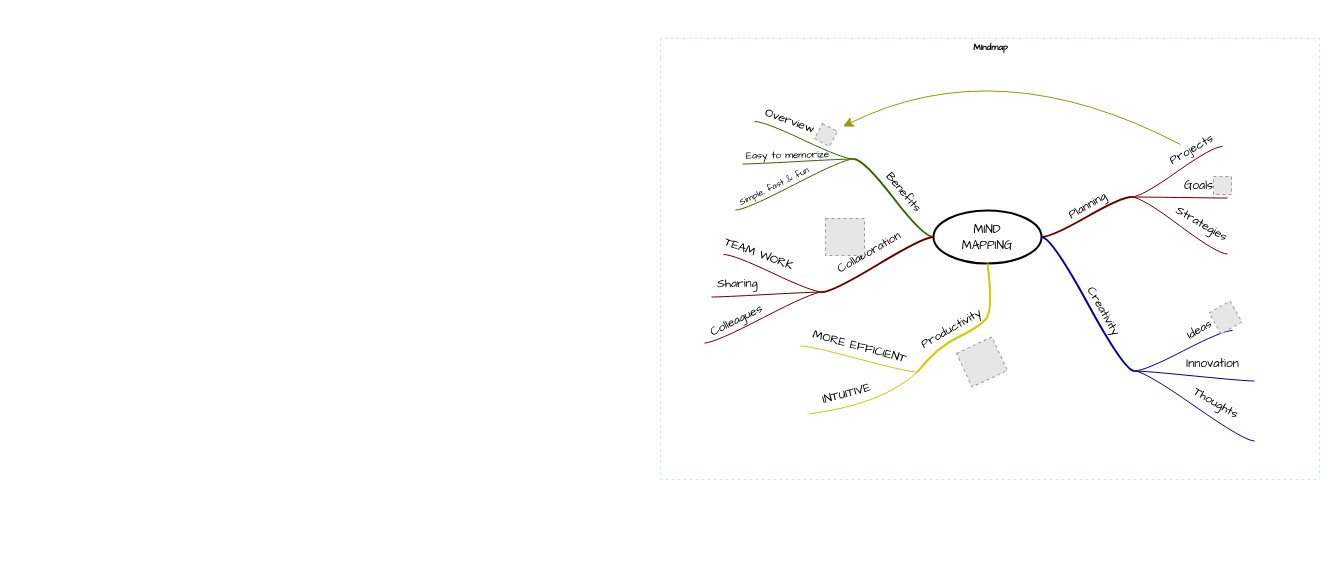
xyzroundo/drawio keeps this draw.io diagram as Partner分佣付款需求拆解.drawio. Above is the earlier version. Source tidied: cells renumbered, new cells numbered last; positions are measured from the earlier drawing's top-left corner, leaving out a move shared by most shapes. Both pictures are drawn from the tidied source at 100%, with x=0, y=0 at pixel (660, 38). Pictures stored in the file or linked from it are replaced by grey dashed boxes.
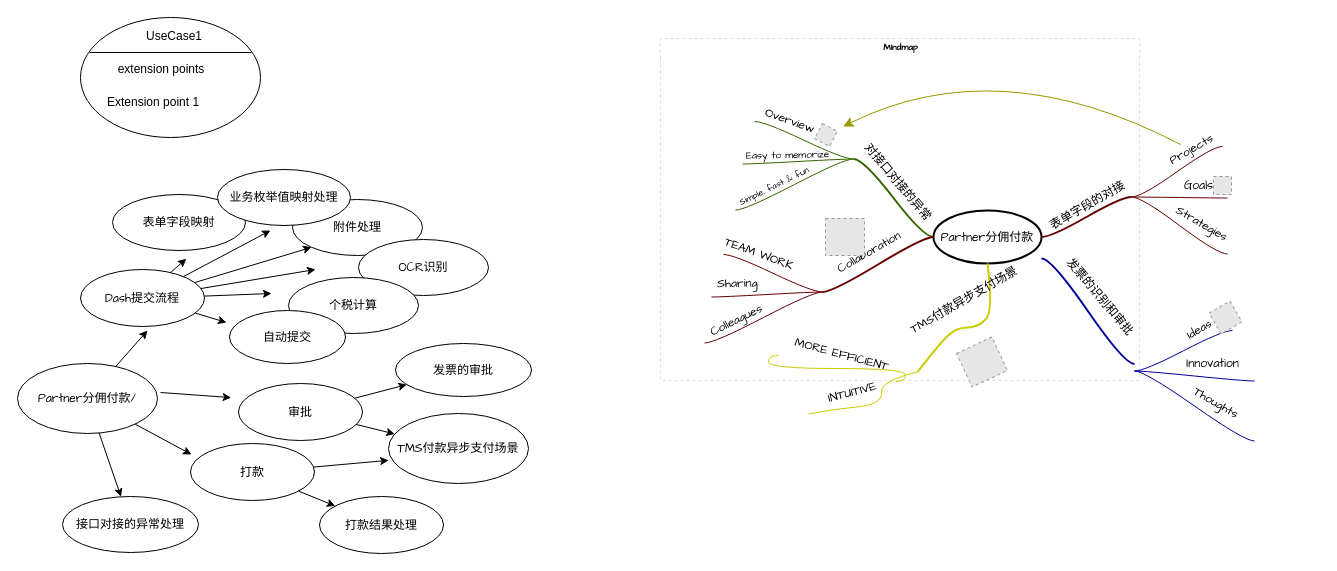
After the change.

Commit message:
更新Partner分佣付款需求拆解.drawio

The change refers to these unchanged cells:
```xml
<mxCell id="5" style="edgeStyle=entityRelationEdgeStyle;startArrow=none;endArrow=none;segment=10;curved=1;strokeWidth=2;strokeColor=#660000;rounded=0;fontSize=12;startSize=8;endSize=8;" parent="2" edge="1" source="3" target="4">
  <mxGeometry relative="1" as="geometry" />
</mxCell>
<mxCell id="16" style="whiteSpace=wrap;html=1;rounded=1;arcSize=50;align=center;verticalAlign=middle;strokeWidth=1;spacing=4;" parent="2" vertex="1">
  <mxGeometry x="474" y="332" height="1" as="geometry" />
</mxCell>
<mxCell id="33" style="edgeStyle=entityRelationEdgeStyle;startArrow=none;endArrow=none;segment=10;curved=1;strokeWidth=2;strokeColor=#336600;rounded=0;fontSize=12;startSize=8;endSize=8;" parent="2" edge="1" source="3" target="32">
  <mxGeometry relative="1" as="geometry" />
</mxCell>
<mxCell id="61" style="whiteSpace=wrap;html=1;rounded=1;arcSize=50;align=center;verticalAlign=middle;strokeWidth=1;spacing=4;" parent="2" vertex="1">
  <mxGeometry x="257" y="333" height="1" as="geometry" />
</mxCell>
<mxCell id="64" style="whiteSpace=wrap;html=1;rounded=1;arcSize=50;align=center;verticalAlign=middle;strokeWidth=1;spacing=4;" parent="2" vertex="1">
  <mxGeometry x="148" y="375" height="1" as="geometry" />
</mxCell>
<mxCell id="67" style="whiteSpace=wrap;html=1;rounded=1;arcSize=50;align=center;verticalAlign=middle;strokeWidth=1;spacing=4;" parent="2" vertex="1">
  <mxGeometry x="140" y="307" height="1" as="geometry" />
</mxCell>
```

Diff of the diagram source:
```diff
@@
     <mxCell id="2" value="Mindmap" style="swimlane;html=1;startSize=20;horizontal=1;containerType=tree;labelBackgroundColor=none;strokeColor=#D4E1F5;strokeWidth=1;fillColor=none;fontFamily=Comic Sans MS;fontSize=9;swimlaneLine=0;dashed=1;" parent="1" vertex="1">
-      <mxGeometry width="659" height="441" as="geometry" />
+      <mxGeometry width="479" height="342" as="geometry" />
     </mxCell>
-    <mxCell id="3" value="&lt;font face=&quot;Comic Sans MS&quot;&gt;MIND&lt;br&gt;MAPPING&lt;/font&gt;" style="ellipse;whiteSpace=wrap;html=1;align=center;strokeWidth=2;" parent="2" vertex="1">
+    <mxCell id="3" value="&lt;font face=&quot;Comic Sans MS&quot;&gt;Partner分佣付款&lt;/font&gt;" style="ellipse;whiteSpace=wrap;html=1;align=center;strokeWidth=2;" parent="2" vertex="1">
       <mxGeometry x="273" y="172" width="108" height="53" as="geometry" />
     </mxCell>
@@
-    <mxCell id="6" value="Planning" style="text;html=1;align=center;verticalAlign=middle;labelBackgroundColor=none;rotation=-30;fontFamily=Comic Sans MS;" parent="5" vertex="1">
+    <mxCell id="6" value="表单字段的对接" style="text;html=1;align=center;verticalAlign=middle;labelBackgroundColor=none;rotation=-30;fontFamily=Comic Sans MS;" parent="5" vertex="1">
       <mxGeometry x="0.02" y="2" relative="1" as="geometry">
         <mxPoint x="1" y="-9" as="offset" />
       </mxGeometry>
     </mxCell>
@@
-    <mxCell id="17" style="edgeStyle=entityRelationEdgeStyle;startArrow=none;endArrow=none;segment=10;curved=1;strokeWidth=2;strokeColor=#000099;rounded=0;fontSize=12;startSize=8;endSize=8;" parent="2" edge="1" source="3" target="16">
-      <mxGeometry relative="1" as="geometry" />
+    <mxCell id="17" style="edgeStyle=entityRelationEdgeStyle;startArrow=none;endArrow=none;segment=10;curved=1;strokeWidth=2;strokeColor=#000099;rounded=0;fontSize=12;startSize=8;endSize=8;" parent="2" edge="1">
+      <mxGeometry relative="1" as="geometry">
+        <mxPoint x="381" y="220" as="sourcePoint" />
+        <mxPoint x="474" y="325.5" as="targetPoint" />
+      </mxGeometry>
     </mxCell>
-    <mxCell id="18" value="Creativity" style="text;html=1;align=center;verticalAlign=middle;labelBackgroundColor=none;rotation=60;fontFamily=Comic Sans MS;" parent="17" vertex="1">
+    <mxCell id="18" value="发票的识别和审批" style="text;html=1;align=center;verticalAlign=middle;labelBackgroundColor=none;rotation=50;fontFamily=Comic Sans MS;" parent="17" vertex="1">
       <mxGeometry x="0.02" y="2" relative="1" as="geometry">
-        <mxPoint x="13" y="6" as="offset" />
+        <mxPoint x="9" y="-15" as="offset" />
       </mxGeometry>
     </mxCell>
@@
-    <mxCell id="34" value="Benefits" style="text;html=1;align=center;verticalAlign=middle;labelBackgroundColor=none;rotation=50;fontFamily=Comic Sans MS;" parent="33" vertex="1">
+    <mxCell id="34" value="对接口对接的异常" style="text;html=1;align=center;verticalAlign=middle;labelBackgroundColor=none;rotation=50;fontFamily=Comic Sans MS;" parent="33" vertex="1">
       <mxGeometry x="0.02" y="2" relative="1" as="geometry">
-        <mxPoint x="12" y="-7" as="offset" />
+        <mxPoint x="6" y="-17" as="offset" />
       </mxGeometry>
     </mxCell>
@@
-    <mxCell id="41" style="whiteSpace=wrap;html=1;rounded=1;arcSize=50;align=center;verticalAlign=middle;strokeWidth=1;spacing=4;" parent="2" vertex="1" collapsed="1">
+    <mxCell id="41" style="whiteSpace=wrap;html=1;rounded=1;arcSize=50;align=center;verticalAlign=middle;strokeWidth=1;spacing=4;" parent="2" vertex="1">
       <mxGeometry x="89" y="83" width="5" as="geometry" />
     </mxCell>
@@
     <mxCell id="62" style="startArrow=none;endArrow=none;segment=10;strokeWidth=2;strokeColor=#CCCC00;exitX=0.5;exitY=1;curved=1;rounded=0;fontSize=12;startSize=8;endSize=8;" parent="2" edge="1" source="3" target="61">
       <mxGeometry relative="1" as="geometry">
         <Array as="points">
           <mxPoint x="333" y="272" />
           <mxPoint x="318" y="289" />
+          <mxPoint x="295" y="289" />
           <mxPoint x="276" y="309" />
         </Array>
       </mxGeometry>
     </mxCell>
-    <mxCell id="63" value="Productivity" style="text;html=1;align=center;verticalAlign=middle;labelBackgroundColor=none;rotation=-30;fontFamily=Comic Sans MS;" parent="62" vertex="1">
+    <mxCell id="63" value="TMS付款异步支付场景" style="text;html=1;align=center;verticalAlign=middle;labelBackgroundColor=none;rotation=-30;fontFamily=Comic Sans MS;" parent="62" vertex="1">
       <mxGeometry x="0.02" y="2" relative="1" as="geometry">
-        <mxPoint x="-24" y="-2" as="offset" />
+        <mxPoint x="-8" y="-28" as="offset" />
       </mxGeometry>
     </mxCell>
@@
     <mxCell id="65" style="startArrow=none;endArrow=none;segment=10;strokeColor=#CCCC00;curved=1;rounded=0;fontSize=12;startSize=8;endSize=8;" parent="2" edge="1" source="61" target="64">
       <mxGeometry relative="1" as="geometry">
         <Array as="points">
+          <mxPoint x="220" y="342" />
           <mxPoint x="222" y="366" />
+          <mxPoint x="170" y="371" />
         </Array>
       </mxGeometry>
     </mxCell>
@@
-    <mxCell id="68" style="edgeStyle=entityRelationEdgeStyle;startArrow=none;endArrow=none;segment=10;curved=1;strokeColor=#CCCC00;rounded=0;fontSize=12;startSize=8;endSize=8;" parent="2" edge="1" source="61" target="67">
-      <mxGeometry relative="1" as="geometry" />
+    <mxCell id="68" style="edgeStyle=entityRelationEdgeStyle;startArrow=none;endArrow=none;segment=10;curved=1;strokeColor=#CCCC00;rounded=0;fontSize=12;startSize=8;endSize=8;" parent="2" edge="1">
+      <mxGeometry relative="1" as="geometry">
+        <mxPoint x="235" y="343" as="sourcePoint" />
+        <mxPoint x="118" y="317" as="targetPoint" />
+      </mxGeometry>
     </mxCell>
@@
+    <mxCell id="72" style="shape=ellipse;horizontal=1;html=1;dashed=0;" parent="1" vertex="1">
+      <mxGeometry x="-580" y="-21" width="180" height="120" as="geometry" />
+    </mxCell>
+    <mxCell id="73" value="UseCase1" style="html=1;strokeColor=none;fillColor=none;align=center;verticalAlign=middle;whiteSpace=wrap;" parent="72" vertex="1">
+      <mxGeometry x="4" y="4" width="180" height="30" as="geometry" />
+    </mxCell>
+    <mxCell id="74" style="line;strokeWidth=1;fillColor=none;labelPosition=right;dashed=0;" parent="72" vertex="1">
+      <mxGeometry x="9" y="30" width="162" height="10" as="geometry" />
+    </mxCell>
+    <mxCell id="75" value="extension points" style="text;html=1;align=center;verticalAlign=middle;fillColor=none;strokeColor=none;whiteSpace=wrap;" parent="72" vertex="1">
+      <mxGeometry x="-9" y="37" width="180" height="30" as="geometry" />
+    </mxCell>
+    <mxCell id="76" value="Extension point 1" style="text;html=1;align=left;verticalAlign=middle;spacingLeft=25;fillColor=none;strokeColor=none;whiteSpace=wrap;" parent="72" vertex="1">
+      <mxGeometry y="70" width="180" height="30" as="geometry" />
+    </mxCell>
+    <mxCell id="77" value="&lt;span style=&quot;font-family: &amp;quot;Comic Sans MS&amp;quot;;&quot;&gt;Partner分佣付款/&lt;/span&gt;" style="ellipse;whiteSpace=wrap;html=1;" parent="1" vertex="1">
+      <mxGeometry x="-643" y="325" width="140" height="70" as="geometry" />
+    </mxCell>
+    <mxCell id="78" value="&lt;span style=&quot;font-family: &amp;quot;Comic Sans MS&amp;quot;; text-wrap-mode: nowrap;&quot;&gt;表单字段映射&lt;/span&gt;" style="ellipse;whiteSpace=wrap;html=1;" parent="1" vertex="1">
+      <mxGeometry x="-548" y="156" width="133" height="56" as="geometry" />
+    </mxCell>
+    <mxCell id="79" value="&lt;span style=&quot;font-family: &amp;quot;Comic Sans MS&amp;quot;; text-wrap-mode: nowrap;&quot;&gt;发票的审批&lt;/span&gt;" style="ellipse;whiteSpace=wrap;html=1;" parent="1" vertex="1">
+      <mxGeometry x="-265" y="305" width="136" height="53" as="geometry" />
+    </mxCell>
+    <mxCell id="80" value="&lt;span style=&quot;font-family: &amp;quot;Comic Sans MS&amp;quot;; text-wrap-mode: nowrap;&quot;&gt;TMS付款异步支付场景&lt;/span&gt;" style="ellipse;whiteSpace=wrap;html=1;" parent="1" vertex="1">
+      <mxGeometry x="-272" y="375" width="140" height="70" as="geometry" />
+    </mxCell>
+    <mxCell id="81" value="&lt;span style=&quot;font-family: &amp;quot;Comic Sans MS&amp;quot;; text-wrap-mode: nowrap;&quot;&gt;接口对接的异常处理&lt;/span&gt;" style="ellipse;whiteSpace=wrap;html=1;" parent="1" vertex="1">
+      <mxGeometry x="-598" y="458" width="136" height="56" as="geometry" />
+    </mxCell>
+    <mxCell id="82" style="rounded=0;jettySize=auto;html=1;" parent="1" edge="1" source="83">
+      <mxGeometry relative="1" as="geometry">
+        <mxPoint x="-474.2" y="220.2" as="targetPoint" />
+      </mxGeometry>
+    </mxCell>
+    <mxCell id="83" value="&lt;font face=&quot;Comic Sans MS&quot;&gt;Dash提交流程&lt;/font&gt;" style="ellipse;whiteSpace=wrap;html=1;" parent="1" vertex="1">
+      <mxGeometry x="-580" y="231" width="124" height="57" as="geometry" />
+    </mxCell>
+    <mxCell id="84" value="&lt;font face=&quot;Comic Sans MS&quot;&gt;打款&lt;/font&gt;" style="ellipse;whiteSpace=wrap;html=1;" parent="1" vertex="1">
+      <mxGeometry x="-470" y="405" width="124" height="57" as="geometry" />
+    </mxCell>
+    <mxCell id="85" value="&lt;font face=&quot;Comic Sans MS&quot;&gt;打款结果处理&lt;/font&gt;" style="ellipse;whiteSpace=wrap;html=1;" parent="1" vertex="1">
+      <mxGeometry x="-341" y="458" width="124" height="57" as="geometry" />
+    </mxCell>
+    <mxCell id="86" style="rounded=0;jettySize=auto;html=1;" parent="1" edge="1" source="87" target="79">
+      <mxGeometry relative="1" as="geometry" />
+    </mxCell>
+    <mxCell id="87" value="&lt;font face=&quot;Comic Sans MS&quot;&gt;审批&lt;/font&gt;" style="ellipse;whiteSpace=wrap;html=1;" parent="1" vertex="1">
+      <mxGeometry x="-422" y="345" width="124" height="57" as="geometry" />
+    </mxCell>
+    <mxCell id="88" value="&lt;font face=&quot;Comic Sans MS&quot;&gt;&lt;span style=&quot;text-wrap-mode: nowrap;&quot;&gt;附件处理&lt;/span&gt;&lt;/font&gt;" style="ellipse;whiteSpace=wrap;html=1;" parent="1" vertex="1">
+      <mxGeometry x="-368" y="161" width="130" height="56" as="geometry" />
+    </mxCell>
+    <mxCell id="89" value="&lt;font face=&quot;Comic Sans MS&quot;&gt;&lt;span style=&quot;text-wrap-mode: nowrap;&quot;&gt;OCR识别&lt;/span&gt;&lt;/font&gt;" style="ellipse;whiteSpace=wrap;html=1;" parent="1" vertex="1">
+      <mxGeometry x="-302" y="201" width="130" height="56" as="geometry" />
+    </mxCell>
+    <mxCell id="90" value="&lt;font face=&quot;Comic Sans MS&quot;&gt;&lt;span style=&quot;text-wrap-mode: nowrap;&quot;&gt;个税计算&lt;/span&gt;&lt;/font&gt;" style="ellipse;whiteSpace=wrap;html=1;" parent="1" vertex="1">
+      <mxGeometry x="-372" y="239" width="130" height="56" as="geometry" />
+    </mxCell>
+    <mxCell id="91" value="&lt;font face=&quot;Comic Sans MS&quot;&gt;&lt;span style=&quot;text-wrap-mode: nowrap;&quot;&gt;业务枚举值映射处理&lt;/span&gt;&lt;/font&gt;" style="ellipse;whiteSpace=wrap;html=1;" parent="1" vertex="1">
+      <mxGeometry x="-443" y="131" width="133" height="56" as="geometry" />
+    </mxCell>
+    <mxCell id="92" value="&lt;font face=&quot;Comic Sans MS&quot;&gt;&lt;span style=&quot;text-wrap-mode: nowrap;&quot;&gt;自动提交&lt;/span&gt;&lt;/font&gt;" style="ellipse;whiteSpace=wrap;html=1;" parent="1" vertex="1">
+      <mxGeometry x="-431" y="272" width="116" height="53" as="geometry" />
+    </mxCell>
+    <mxCell id="93" style="rounded=0;jettySize=auto;html=1;" parent="1" edge="1" source="83">
+      <mxGeometry relative="1" as="geometry">
+        <mxPoint x="-390" y="192" as="targetPoint" />
+      </mxGeometry>
+    </mxCell>
+    <mxCell id="94" style="rounded=0;jettySize=auto;html=1;entryX=0;entryY=1;entryDx=0;entryDy=0;" parent="1" edge="1" source="83" target="88">
+      <mxGeometry relative="1" as="geometry" />
+    </mxCell>
+    <mxCell id="95" style="rounded=0;jettySize=auto;html=1;" parent="1" edge="1" source="83">
+      <mxGeometry relative="1" as="geometry">
+        <mxPoint x="-345" y="231" as="targetPoint" />
+      </mxGeometry>
+    </mxCell>
+    <mxCell id="96" style="rounded=0;jettySize=auto;html=1;" parent="1" edge="1" source="83">
+      <mxGeometry relative="1" as="geometry">
+        <mxPoint x="-389" y="255" as="targetPoint" />
+      </mxGeometry>
+    </mxCell>
+    <mxCell id="97" style="rounded=0;jettySize=auto;html=1;" parent="1" edge="1" source="83">
+      <mxGeometry relative="1" as="geometry">
+        <mxPoint x="-434" y="284" as="targetPoint" />
+      </mxGeometry>
+    </mxCell>
+    <mxCell id="98" style="rounded=0;orthogonalLoop=1;jettySize=auto;html=1;" parent="1" edge="1">
+      <mxGeometry relative="1" as="geometry">
+        <mxPoint x="-500" y="354" as="sourcePoint" />
+        <mxPoint x="-429.3" y="359.1" as="targetPoint" />
+      </mxGeometry>
+    </mxCell>
+    <mxCell id="99" style="rounded=0;jettySize=auto;html=1;" parent="1" edge="1" source="77">
+      <mxGeometry relative="1" as="geometry">
+        <mxPoint x="-469" y="416" as="targetPoint" />
+      </mxGeometry>
+    </mxCell>
+    <mxCell id="100" style="rounded=0;jettySize=auto;html=1;" parent="1" edge="1" source="77">
+      <mxGeometry relative="1" as="geometry">
+        <mxPoint x="-513" y="292" as="targetPoint" />
+      </mxGeometry>
+    </mxCell>
+    <mxCell id="101" style="rounded=0;jettySize=auto;html=1;" parent="1" edge="1" source="87" target="80">
+      <mxGeometry relative="1" as="geometry" />
+    </mxCell>
+    <mxCell id="102" style="rounded=0;jettySize=auto;html=1;entryX=0.001;entryY=0.669;entryDx=0;entryDy=0;entryPerimeter=0;" parent="1" edge="1" source="84" target="80">
+      <mxGeometry relative="1" as="geometry" />
+    </mxCell>
+    <mxCell id="103" style="rounded=0;jettySize=auto;html=1;" parent="1" edge="1" source="84" target="85">
+      <mxGeometry relative="1" as="geometry" />
+    </mxCell>
+    <mxCell id="104" style="rounded=0;jettySize=auto;html=1;" parent="1" edge="1" source="77" target="81">
+      <mxGeometry relative="1" as="geometry" />
+    </mxCell>
```
